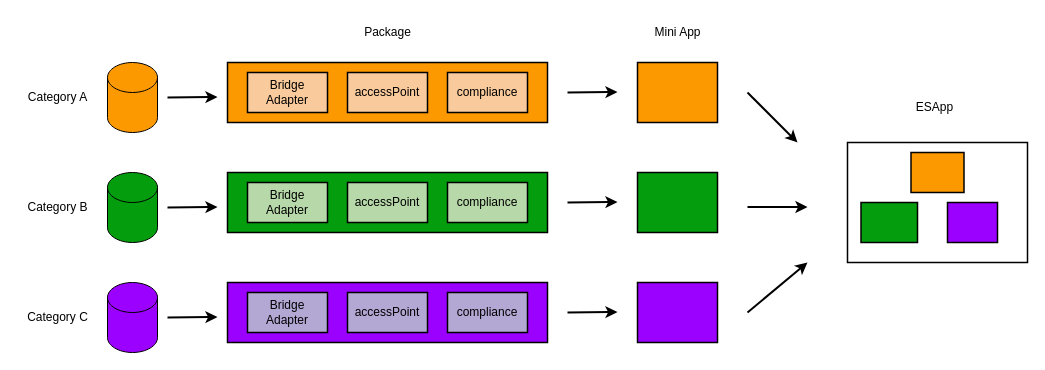
Above: 未命名绘图.drawio in ashen-23/DrawIORepo (draw.io), before the change. Source tidied: cells renumbered, new cells numbered last; positions are measured from the earlier drawing's top-left corner, leaving out a move shared by most shapes. Both pictures are drawn from the tidied source at 100%, with x=0, y=0 at pixel (17, 17).
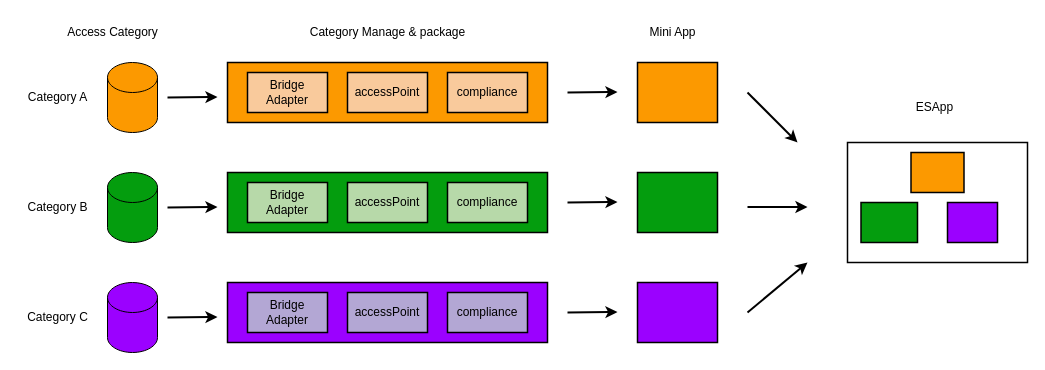
Above is the later version.

Commit message (it also covers changes not shown here):
更新未命名绘图.drawio

Diff of the diagram source:
```diff
@@
     <mxCell id="9" value="Mini App" style="text;html=1;align=center;verticalAlign=middle;strokeColor=none;fillColor=none;" parent="1" vertex="1">
-      <mxGeometry x="625" width="70" height="30" as="geometry" />
+      <mxGeometry x="620" width="70" height="30" as="geometry" />
     </mxCell>
@@
-    <mxCell id="13" value="Package" style="text;html=1;align=center;verticalAlign=middle;strokeColor=none;fillColor=none;" parent="1" vertex="1">
-      <mxGeometry x="335" width="70" height="30" as="geometry" />
+    <mxCell id="13" value="Category Manage &amp;amp; package" style="text;html=1;align=center;verticalAlign=middle;strokeColor=none;fillColor=none;" parent="1" vertex="1">
+      <mxGeometry x="280" width="180" height="30" as="geometry" />
     </mxCell>
@@
+    <mxCell id="39" value="Access Category" style="text;html=1;align=center;verticalAlign=middle;strokeColor=none;fillColor=none;fontColor=#000000;" parent="1" vertex="1">
+      <mxGeometry x="40" width="110" height="30" as="geometry" />
+    </mxCell>
```
